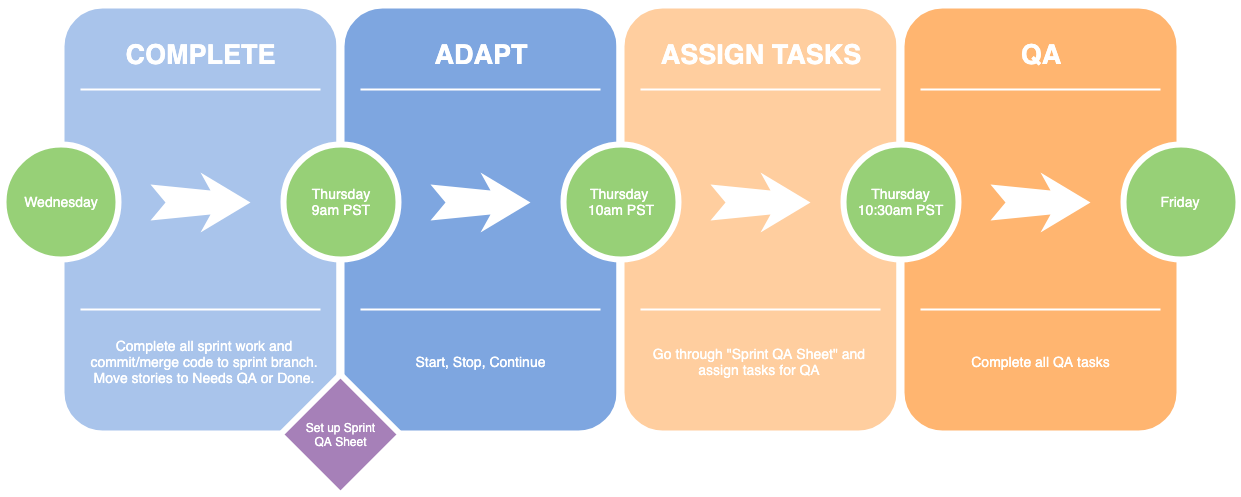
Before: Sprint QA Day.png, a diagram exported from draw.io (JasonHolderness-GV/Wiki-Files). Source tidied: cells renumbered, new cells last; positions are measured from the earlier drawing's top-left corner, leaving out a move shared by most shapes. Source of this version:
```xml
<mxGraphModel background="#ffffff">
  <root>
    <mxCell id="0" />
    <mxCell id="1" parent="0" />
    <mxCell id="2" style="whiteSpace=wrap;html=1;rounded=1;shadow=0;strokeWidth=8;fontSize=20;align=center;fillColor=#A9C4EB;strokeColor=#FFFFFF;" parent="1" vertex="1">
      <mxGeometry x="57" width="280" height="430" as="geometry" />
    </mxCell>
    <mxCell id="3" value="COMPLETE" style="text;html=1;strokeColor=none;fillColor=none;align=center;verticalAlign=middle;whiteSpace=wrap;rounded=0;shadow=0;fontSize=27;fontColor=#FFFFFF;fontStyle=1;" parent="1" vertex="1">
      <mxGeometry x="57" y="20" width="280" height="60" as="geometry" />
    </mxCell>
    <mxCell id="4" value="Complete all sprint work and commit/merge code to sprint branch. Move stories to Needs QA or Done." style="text;html=1;strokeColor=none;fillColor=none;align=center;verticalAlign=middle;whiteSpace=wrap;rounded=0;shadow=0;fontSize=14;fontColor=#FFFFFF;" parent="1" vertex="1">
      <mxGeometry x="81" y="320" width="240" height="75" as="geometry" />
    </mxCell>
    <mxCell id="5" style="line;strokeWidth=2;html=1;rounded=0;shadow=0;fontSize=27;align=center;fillColor=none;strokeColor=#FFFFFF;" parent="1" vertex="1">
      <mxGeometry x="77" y="80" width="240" height="10" as="geometry" />
    </mxCell>
    <mxCell id="6" style="line;strokeWidth=2;html=1;rounded=0;shadow=0;fontSize=27;align=center;fillColor=none;strokeColor=#FFFFFF;" parent="1" vertex="1">
      <mxGeometry x="77" y="300" width="240" height="10" as="geometry" />
    </mxCell>
    <mxCell id="7" value="Wednesday" style="ellipse;whiteSpace=wrap;html=1;rounded=0;shadow=0;strokeWidth=6;fontSize=14;align=center;fillColor=#97D077;strokeColor=#FFFFFF;fontColor=#FFFFFF;" parent="1" vertex="1">
      <mxGeometry y="140" width="115" height="115" as="geometry" />
    </mxCell>
    <mxCell id="8" style="html=1;shadow=0;dashed=0;align=center;verticalAlign=middle;shape=mxgraph.arrows2.stylisedArrow;dy=0.6;dx=40;notch=15;feather=0.4;rounded=0;strokeWidth=1;fontSize=27;strokeColor=none;fillColor=#FFFFFF;" parent="1" vertex="1">
      <mxGeometry x="147" y="168" width="100" height="60" as="geometry" />
    </mxCell>
    <mxCell id="9" style="whiteSpace=wrap;html=1;rounded=1;shadow=0;strokeWidth=8;fontSize=20;align=center;fillColor=#7EA6E0;strokeColor=#FFFFFF;" parent="1" vertex="1">
      <mxGeometry x="337" width="280" height="430" as="geometry" />
    </mxCell>
    <mxCell id="10" value="ADAPT" style="text;html=1;strokeColor=none;fillColor=none;align=center;verticalAlign=middle;whiteSpace=wrap;rounded=0;shadow=0;fontSize=27;fontColor=#FFFFFF;fontStyle=1;" parent="1" vertex="1">
      <mxGeometry x="337" y="20" width="280" height="60" as="geometry" />
    </mxCell>
    <mxCell id="11" value="Start, Stop, Continue" style="text;html=1;strokeColor=none;fillColor=none;align=center;verticalAlign=middle;whiteSpace=wrap;rounded=0;shadow=0;fontSize=14;fontColor=#FFFFFF;" parent="1" vertex="1">
      <mxGeometry x="337" y="320" width="280" height="75" as="geometry" />
    </mxCell>
    <mxCell id="12" style="line;strokeWidth=2;html=1;rounded=0;shadow=0;fontSize=27;align=center;fillColor=none;strokeColor=#FFFFFF;" parent="1" vertex="1">
      <mxGeometry x="357" y="80" width="240" height="10" as="geometry" />
    </mxCell>
    <mxCell id="13" style="line;strokeWidth=2;html=1;rounded=0;shadow=0;fontSize=27;align=center;fillColor=none;strokeColor=#FFFFFF;" parent="1" vertex="1">
      <mxGeometry x="357" y="300" width="240" height="10" as="geometry" />
    </mxCell>
    <mxCell id="14" value="Thursday&lt;br&gt;9am PST" style="ellipse;whiteSpace=wrap;html=1;rounded=0;shadow=0;strokeWidth=6;fontSize=14;align=center;fillColor=#97D077;strokeColor=#FFFFFF;fontColor=#FFFFFF;" parent="1" vertex="1">
      <mxGeometry x="280" y="140" width="115" height="115" as="geometry" />
    </mxCell>
    <mxCell id="15" style="html=1;shadow=0;dashed=0;align=center;verticalAlign=middle;shape=mxgraph.arrows2.stylisedArrow;dy=0.6;dx=40;notch=15;feather=0.4;rounded=0;strokeWidth=1;fontSize=27;strokeColor=none;fillColor=#FFFFFF;" parent="1" vertex="1">
      <mxGeometry x="427" y="168" width="100" height="60" as="geometry" />
    </mxCell>
    <mxCell id="16" style="whiteSpace=wrap;html=1;rounded=1;shadow=0;strokeWidth=8;fontSize=20;align=center;fillColor=#FFCE9F;strokeColor=#FFFFFF;" parent="1" vertex="1">
      <mxGeometry x="617" width="280" height="430" as="geometry" />
    </mxCell>
    <mxCell id="17" value="ASSIGN TASKS" style="text;html=1;strokeColor=none;fillColor=none;align=center;verticalAlign=middle;whiteSpace=wrap;rounded=0;shadow=0;fontSize=27;fontColor=#FFFFFF;fontStyle=1;" parent="1" vertex="1">
      <mxGeometry x="617" y="20" width="280" height="60" as="geometry" />
    </mxCell>
    <mxCell id="18" value="Go through &quot;Sprint QA Sheet&quot; and assign tasks for QA" style="text;html=1;strokeColor=none;fillColor=none;align=center;verticalAlign=middle;whiteSpace=wrap;rounded=0;shadow=0;fontSize=14;fontColor=#FFFFFF;" parent="1" vertex="1">
      <mxGeometry x="631" y="320" width="250" height="75" as="geometry" />
    </mxCell>
    <mxCell id="19" style="line;strokeWidth=2;html=1;rounded=0;shadow=0;fontSize=27;align=center;fillColor=none;strokeColor=#FFFFFF;" parent="1" vertex="1">
      <mxGeometry x="637" y="80" width="240" height="10" as="geometry" />
    </mxCell>
    <mxCell id="20" style="line;strokeWidth=2;html=1;rounded=0;shadow=0;fontSize=27;align=center;fillColor=none;strokeColor=#FFFFFF;" parent="1" vertex="1">
      <mxGeometry x="637" y="300" width="240" height="10" as="geometry" />
    </mxCell>
    <mxCell id="21" value="Thursday &lt;br&gt;10am PST" style="ellipse;whiteSpace=wrap;html=1;rounded=0;shadow=0;strokeWidth=6;fontSize=14;align=center;fillColor=#97D077;strokeColor=#FFFFFF;fontColor=#FFFFFF;" parent="1" vertex="1">
      <mxGeometry x="560" y="140" width="115" height="115" as="geometry" />
    </mxCell>
    <mxCell id="22" style="html=1;shadow=0;dashed=0;align=center;verticalAlign=middle;shape=mxgraph.arrows2.stylisedArrow;dy=0.6;dx=40;notch=15;feather=0.4;rounded=0;strokeWidth=1;fontSize=27;strokeColor=none;fillColor=#FFFFFF;" parent="1" vertex="1">
      <mxGeometry x="707" y="168" width="100" height="60" as="geometry" />
    </mxCell>
    <mxCell id="23" style="whiteSpace=wrap;html=1;rounded=1;shadow=0;strokeWidth=8;fontSize=20;align=center;fillColor=#FFB570;strokeColor=#FFFFFF;" parent="1" vertex="1">
      <mxGeometry x="897" width="280" height="430" as="geometry" />
    </mxCell>
    <mxCell id="24" value="QA" style="text;html=1;strokeColor=none;fillColor=none;align=center;verticalAlign=middle;whiteSpace=wrap;rounded=0;shadow=0;fontSize=27;fontColor=#FFFFFF;fontStyle=1;" parent="1" vertex="1">
      <mxGeometry x="897" y="20" width="280" height="60" as="geometry" />
    </mxCell>
    <mxCell id="25" value="Complete all QA tasks" style="text;html=1;strokeColor=none;fillColor=none;align=center;verticalAlign=middle;whiteSpace=wrap;rounded=0;shadow=0;fontSize=14;fontColor=#FFFFFF;" parent="1" vertex="1">
      <mxGeometry x="897" y="320" width="280" height="75" as="geometry" />
    </mxCell>
    <mxCell id="26" style="line;strokeWidth=2;html=1;rounded=0;shadow=0;fontSize=27;align=center;fillColor=none;strokeColor=#FFFFFF;" parent="1" vertex="1">
      <mxGeometry x="917" y="80" width="240" height="10" as="geometry" />
    </mxCell>
    <mxCell id="27" style="line;strokeWidth=2;html=1;rounded=0;shadow=0;fontSize=27;align=center;fillColor=none;strokeColor=#FFFFFF;" parent="1" vertex="1">
      <mxGeometry x="917" y="300" width="240" height="10" as="geometry" />
    </mxCell>
    <mxCell id="28" value="Thursday&lt;br&gt;10:30am PST" style="ellipse;whiteSpace=wrap;html=1;rounded=0;shadow=0;strokeWidth=6;fontSize=14;align=center;fillColor=#97D077;strokeColor=#FFFFFF;fontColor=#FFFFFF;" parent="1" vertex="1">
      <mxGeometry x="840" y="140" width="115" height="115" as="geometry" />
    </mxCell>
    <mxCell id="29" style="html=1;shadow=0;dashed=0;align=center;verticalAlign=middle;shape=mxgraph.arrows2.stylisedArrow;dy=0.6;dx=40;notch=15;feather=0.4;rounded=0;strokeWidth=1;fontSize=27;strokeColor=none;fillColor=#FFFFFF;" parent="1" vertex="1">
      <mxGeometry x="987" y="168" width="100" height="60" as="geometry" />
    </mxCell>
    <mxCell id="30" value="Friday" style="ellipse;whiteSpace=wrap;html=1;rounded=0;shadow=0;strokeWidth=6;fontSize=14;align=center;fillColor=#97D077;strokeColor=#FFFFFF;fontColor=#FFFFFF;" parent="1" vertex="1">
      <mxGeometry x="1120" y="140" width="115" height="115" as="geometry" />
    </mxCell>
    <mxCell id="31" value="&lt;font color=&quot;#ffffff&quot;&gt;Set up Sprint&lt;br&gt;QA Sheet&lt;/font&gt;" style="rhombus;whiteSpace=wrap;html=1;strokeWidth=6;strokeColor=#FFFFFF;fillColor=#A680B8;" parent="1" vertex="1">
      <mxGeometry x="277" y="370" width="120" height="120" as="geometry" />
    </mxCell>
  </root>
</mxGraphModel>
```
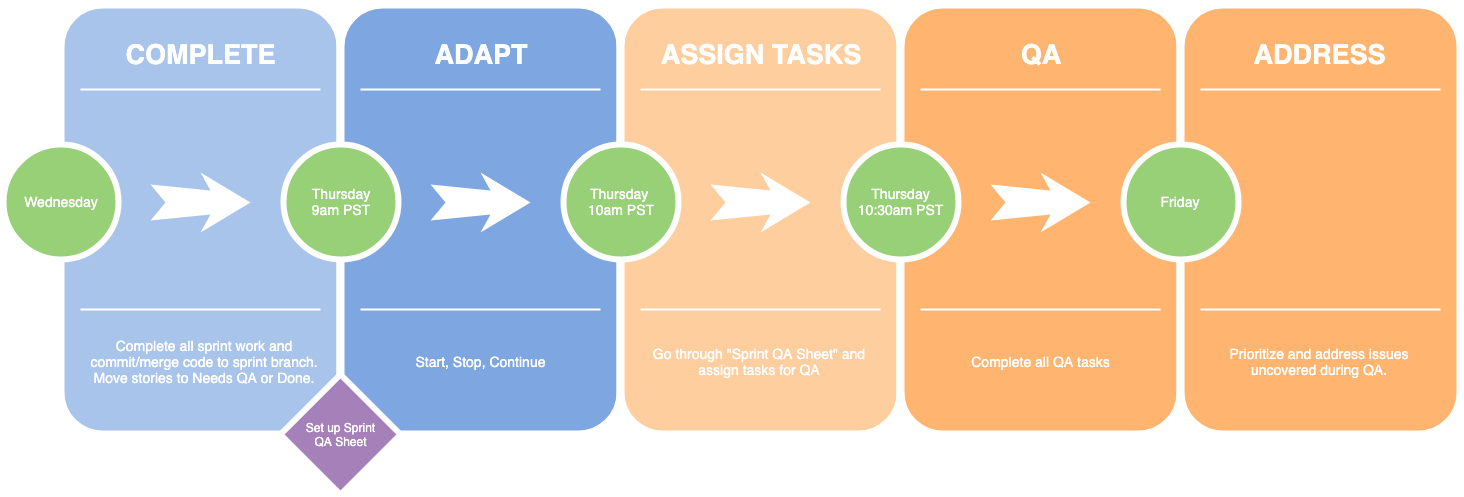
Later version of the same file.

Change to the diagram source:
```diff
@@ -86,11 +86,29 @@
     <mxCell id="29" style="html=1;shadow=0;dashed=0;align=center;verticalAlign=middle;shape=mxgraph.arrows2.stylisedArrow;dy=0.6;dx=40;notch=15;feather=0.4;rounded=0;strokeWidth=1;fontSize=27;strokeColor=none;fillColor=#FFFFFF;" parent="1" vertex="1">
       <mxGeometry x="987" y="168" width="100" height="60" as="geometry" />
     </mxCell>
+    <mxCell id="31" value="&lt;font color=&quot;#ffffff&quot;&gt;Set up Sprint&lt;br&gt;QA Sheet&lt;/font&gt;" style="rhombus;whiteSpace=wrap;html=1;strokeWidth=6;strokeColor=#FFFFFF;fillColor=#A680B8;" parent="1" vertex="1">
+      <mxGeometry x="277" y="370" width="120" height="120" as="geometry" />
+    </mxCell>
+    <mxCell id="32" value="QA" style="text;html=1;strokeColor=none;fillColor=none;align=center;verticalAlign=middle;whiteSpace=wrap;rounded=0;shadow=0;fontSize=27;fontColor=#FFFFFF;fontStyle=1;" parent="1" vertex="1">
+      <mxGeometry x="1177" y="20" width="280" height="60" as="geometry" />
+    </mxCell>
+    <mxCell id="33" style="whiteSpace=wrap;html=1;rounded=1;shadow=0;strokeWidth=8;fontSize=20;align=center;fillColor=#FFB570;strokeColor=#FFFFFF;" parent="1" vertex="1">
+      <mxGeometry x="1177" width="280" height="430" as="geometry" />
+    </mxCell>
+    <mxCell id="34" style="line;strokeWidth=2;html=1;rounded=0;shadow=0;fontSize=27;align=center;fillColor=none;strokeColor=#FFFFFF;" parent="1" vertex="1">
+      <mxGeometry x="1197" y="300" width="240" height="10" as="geometry" />
+    </mxCell>
+    <mxCell id="35" style="line;strokeWidth=2;html=1;rounded=0;shadow=0;fontSize=27;align=center;fillColor=none;strokeColor=#FFFFFF;" parent="1" vertex="1">
+      <mxGeometry x="1197" y="80" width="240" height="10" as="geometry" />
+    </mxCell>
+    <mxCell id="36" value="Prioritize and address issues uncovered during QA." style="text;html=1;strokeColor=none;fillColor=none;align=center;verticalAlign=middle;whiteSpace=wrap;rounded=0;shadow=0;fontSize=14;fontColor=#FFFFFF;" parent="1" vertex="1">
+      <mxGeometry x="1191" y="320" width="250" height="75" as="geometry" />
+    </mxCell>
     <mxCell id="30" value="Friday" style="ellipse;whiteSpace=wrap;html=1;rounded=0;shadow=0;strokeWidth=6;fontSize=14;align=center;fillColor=#97D077;strokeColor=#FFFFFF;fontColor=#FFFFFF;" parent="1" vertex="1">
       <mxGeometry x="1120" y="140" width="115" height="115" as="geometry" />
     </mxCell>
-    <mxCell id="31" value="&lt;font color=&quot;#ffffff&quot;&gt;Set up Sprint&lt;br&gt;QA Sheet&lt;/font&gt;" style="rhombus;whiteSpace=wrap;html=1;strokeWidth=6;strokeColor=#FFFFFF;fillColor=#A680B8;" parent="1" vertex="1">
-      <mxGeometry x="277" y="370" width="120" height="120" as="geometry" />
-    </mxCell>
+    <mxCell id="37" value="ADDRESS" style="text;html=1;strokeColor=none;fillColor=none;align=center;verticalAlign=middle;whiteSpace=wrap;rounded=0;shadow=0;fontSize=27;fontColor=#FFFFFF;fontStyle=1;" parent="1" vertex="1">
+      <mxGeometry x="1191" y="20" width="250" height="60" as="geometry" />
+    </mxCell>
   </root>
 </mxGraphModel>
```
